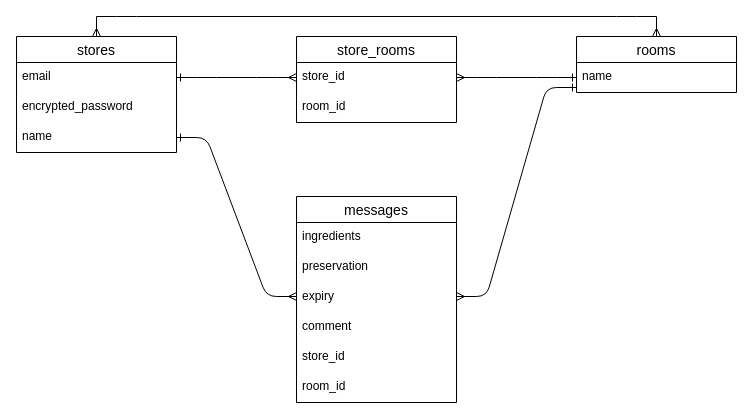
Git-junior/hokasuna keeps this draw.io diagram as er.dio. Above is the earlier version. Source tidied: cells renumbered, new cells numbered last; positions are measured from the earlier drawing's top-left corner, leaving out a move shared by most shapes. Both pictures are drawn from the tidied source at 100%, with x=0, y=0 at pixel (16, 16).
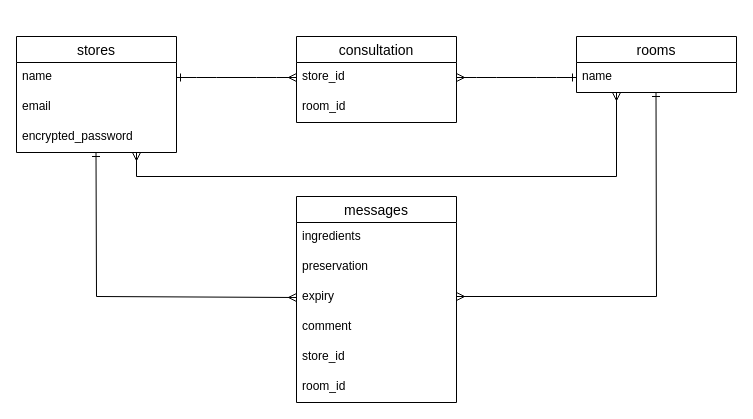
After the change.

Unchanged cells that the change refers to:
```xml
<mxCell id="2" value="stores" style="swimlane;fontStyle=0;horizontal=1;startSize=26;align=center;fontSize=14;" parent="1" vertex="1">
  <mxGeometry y="20" width="160" height="116" as="geometry" />
</mxCell>
<mxCell id="7" value="rooms" style="swimlane;fontStyle=0;horizontal=1;startSize=26;align=center;fontSize=14;" parent="1" vertex="1">
  <mxGeometry x="560" y="20" width="160" height="56" as="geometry" />
</mxCell>
<mxCell id="16" value="expiry&#10;" style="text;strokeColor=none;fillColor=none;spacingLeft=4;spacingRight=4;overflow=hidden;points=[[0,0.5],[1,0.5]];portConstraint=eastwest;fontSize=12;" parent="13" vertex="1">
  <mxGeometry y="86" width="160" height="30" as="geometry" />
</mxCell>
```

The edit, as a diff of the source:
```diff
@@
-    <mxCell id="3" style="endArrow=none;html=1;rounded=0;endFill=0;startArrow=ERmany;startFill=0;" parent="2" edge="1">
-      <mxGeometry relative="1" as="geometry">
-        <mxPoint x="80" as="sourcePoint" />
-        <mxPoint x="80" y="-20" as="targetPoint" />
-      </mxGeometry>
-    </mxCell>
-    <mxCell id="4" value="email" style="text;strokeColor=none;fillColor=none;spacingLeft=4;spacingRight=4;overflow=hidden;points=[[0,0.5],[1,0.5]];portConstraint=eastwest;fontSize=12;" parent="2" vertex="1">
+    <mxCell id="4" value="name" style="text;strokeColor=none;fillColor=none;spacingLeft=4;spacingRight=4;overflow=hidden;points=[[0,0.5],[1,0.5]];portConstraint=eastwest;fontSize=12;" parent="2" vertex="1">
       <mxGeometry y="26" width="160" height="30" as="geometry" />
     </mxCell>
-    <mxCell id="5" value="encrypted_password" style="text;strokeColor=none;fillColor=none;spacingLeft=4;spacingRight=4;overflow=hidden;fontSize=12;" parent="2" vertex="1">
+    <mxCell id="5" value="email" style="text;strokeColor=none;fillColor=none;spacingLeft=4;spacingRight=4;overflow=hidden;fontSize=12;" parent="2" vertex="1">
       <mxGeometry y="56" width="160" height="30" as="geometry" />
     </mxCell>
-    <mxCell id="6" value="name" style="text;strokeColor=none;fillColor=none;spacingLeft=4;spacingRight=4;overflow=hidden;points=[[0,0.5],[1,0.5]];portConstraint=eastwest;fontSize=12;" parent="2" vertex="1">
+    <mxCell id="6" value="encrypted_password" style="text;strokeColor=none;fillColor=none;spacingLeft=4;spacingRight=4;overflow=hidden;points=[[0,0.5],[1,0.5]];portConstraint=eastwest;fontSize=12;" parent="2" vertex="1">
       <mxGeometry y="86" width="160" height="30" as="geometry" />
     </mxCell>
@@
-    <mxCell id="9" value="store_rooms" style="swimlane;fontStyle=0;horizontal=1;startSize=26;align=center;fontSize=14;" parent="1" vertex="1">
+    <mxCell id="9" value="consultation" style="swimlane;fontStyle=0;horizontal=1;startSize=26;align=center;fontSize=14;" parent="1" vertex="1">
       <mxGeometry x="280" y="20" width="160" height="86" as="geometry" />
     </mxCell>
@@
-    <mxCell id="20" style="edgeStyle=entityRelationEdgeStyle;fontSize=12;html=1;endArrow=ERmany;startArrow=ERone;exitX=1;exitY=0.5;exitDx=0;exitDy=0;startFill=0;endFill=0;" parent="1" edge="1" source="6">
-      <mxGeometry relative="1" as="geometry">
-        <mxPoint x="280" y="280" as="targetPoint" />
-      </mxGeometry>
-    </mxCell>
-    <mxCell id="21" style="edgeStyle=entityRelationEdgeStyle;fontSize=12;html=1;endArrow=ERone;startArrow=ERmany;startFill=0;endFill=0;" parent="1" edge="1">
-      <mxGeometry relative="1" as="geometry">
-        <mxPoint x="440" y="280" as="sourcePoint" />
-        <mxPoint x="560" y="71" as="targetPoint" />
-      </mxGeometry>
-    </mxCell>
@@
-    <mxCell id="23" style="edgeStyle=entityRelationEdgeStyle;fontSize=12;html=1;endArrow=none;startArrow=none;startFill=0;endFill=0;" parent="1" edge="1">
-      <mxGeometry relative="1" as="geometry">
-        <mxPoint x="80" as="sourcePoint" />
-        <mxPoint x="640" as="targetPoint" />
-      </mxGeometry>
-    </mxCell>
-    <mxCell id="24" style="endArrow=ERmany;html=1;rounded=0;exitX=0.5;exitY=0;exitDx=0;exitDy=0;endFill=0;entryX=0.5;entryY=0;entryDx=0;entryDy=0;" parent="1" edge="1" target="7">
-      <mxGeometry relative="1" as="geometry">
-        <mxPoint x="640" as="sourcePoint" />
-      </mxGeometry>
-    </mxCell>
+    <mxCell id="25" style="endArrow=none;html=1;rounded=0;startArrow=ERone;startFill=0;" parent="1" edge="1">
+      <mxGeometry relative="1" as="geometry">
+        <mxPoint x="79.5" y="136" as="sourcePoint" />
+        <mxPoint x="80" y="280" as="targetPoint" />
+      </mxGeometry>
+    </mxCell>
+    <mxCell id="26" style="endArrow=ERmany;html=1;rounded=0;entryX=0;entryY=0.5;entryDx=0;entryDy=0;endFill=0;" parent="1" edge="1" target="16">
+      <mxGeometry relative="1" as="geometry">
+        <mxPoint x="80" y="280" as="sourcePoint" />
+      </mxGeometry>
+    </mxCell>
+    <mxCell id="27" style="endArrow=none;html=1;rounded=0;startArrow=ERone;startFill=0;" parent="1" edge="1">
+      <mxGeometry relative="1" as="geometry">
+        <mxPoint x="639.5" y="76" as="sourcePoint" />
+        <mxPoint x="640" y="280" as="targetPoint" />
+      </mxGeometry>
+    </mxCell>
+    <mxCell id="28" style="endArrow=none;html=1;rounded=0;endFill=0;startArrow=ERmany;startFill=0;" parent="1" edge="1">
+      <mxGeometry relative="1" as="geometry">
+        <mxPoint x="440" y="280" as="sourcePoint" />
+        <mxPoint x="640" y="280" as="targetPoint" />
+      </mxGeometry>
+    </mxCell>
+    <mxCell id="29" style="endArrow=none;html=1;rounded=0;" parent="1" edge="1">
+      <mxGeometry relative="1" as="geometry">
+        <mxPoint x="120" y="160" as="sourcePoint" />
+        <mxPoint x="600" y="160" as="targetPoint" />
+      </mxGeometry>
+    </mxCell>
+    <mxCell id="30" style="endArrow=none;html=1;rounded=0;startArrow=ERmany;startFill=0;" parent="1" edge="1">
+      <mxGeometry relative="1" as="geometry">
+        <mxPoint x="120" y="136" as="sourcePoint" />
+        <mxPoint x="120" y="160" as="targetPoint" />
+      </mxGeometry>
+    </mxCell>
+    <mxCell id="31" style="endArrow=none;html=1;rounded=0;startArrow=ERmany;startFill=0;" parent="1" edge="1">
+      <mxGeometry relative="1" as="geometry">
+        <mxPoint x="600" y="76" as="sourcePoint" />
+        <mxPoint x="600" y="160" as="targetPoint" />
+      </mxGeometry>
+    </mxCell>
```
